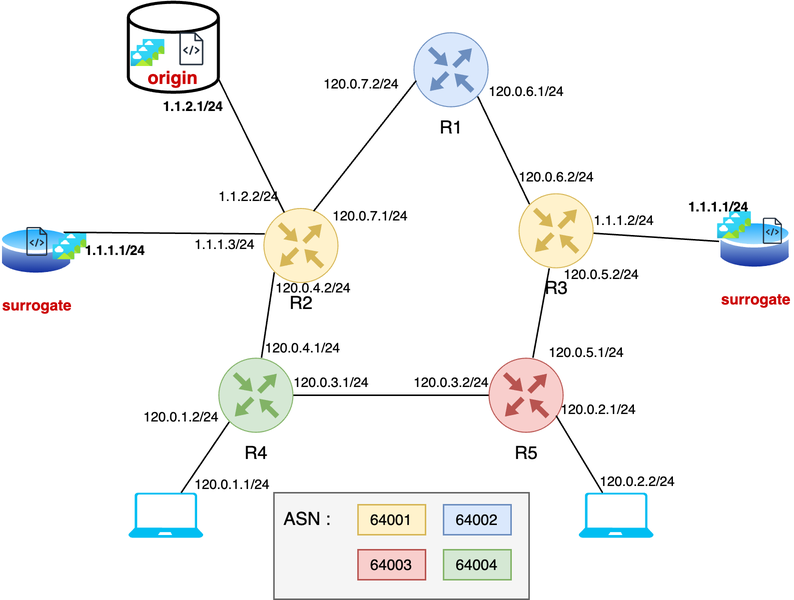
This is diagram.png from Kitio-Tek/CDN-Project, a draw.io export, as it was before one commit. Source tidied: cells renumbered, new cells last; positions are measured from the earlier drawing's top-left corner, leaving out a move shared by most shapes.
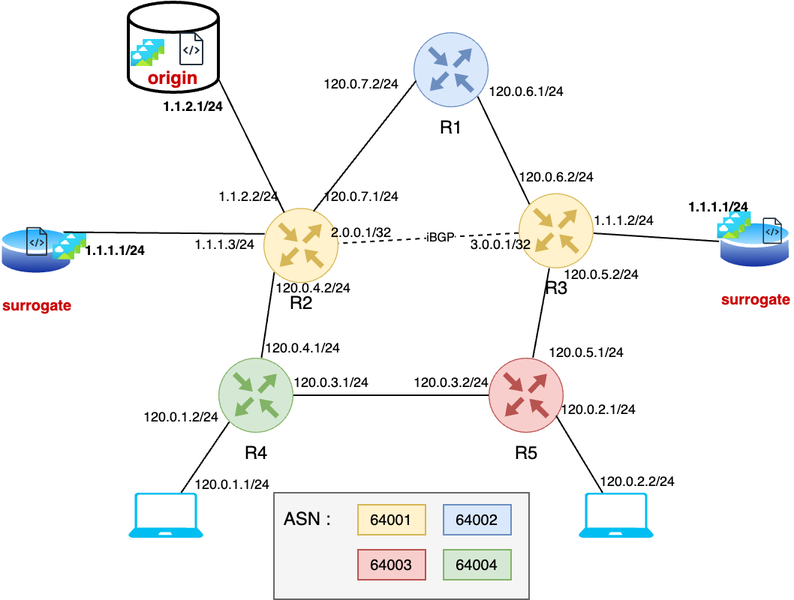
After the change.

Commit message:
Add iBGP in diagram

The edit, as a diff of the source:
```diff
@@ -95,6 +95,12 @@
     <mxCell id="32" style="rounded=0;jettySize=auto;html=1;endArrow=none;endFill=0;" parent="1" edge="1" source="33" target="4">
       <mxGeometry relative="1" as="geometry" />
     </mxCell>
+    <mxCell id="60" style="rounded=0;jettySize=auto;html=1;endArrow=none;endFill=0;dashed=1;" parent="1" edge="1" source="33" target="37">
+      <mxGeometry relative="1" as="geometry" />
+    </mxCell>
+    <mxCell id="61" value="&lt;font style=&quot;font-size: 8px;&quot;&gt;iBGP&lt;/font&gt;" style="edgeLabel;html=1;align=center;verticalAlign=middle;" parent="60" vertex="1">
+      <mxGeometry x="-0.13" y="-1" relative="1" as="geometry" />
+    </mxCell>
     <mxCell id="33" value="R3" style="sketch=0;points=[[0.5,0,0],[1,0.5,0],[0.5,1,0],[0,0.5,0],[0.145,0.145,0],[0.8555,0.145,0],[0.855,0.8555,0],[0.145,0.855,0]];verticalLabelPosition=bottom;html=1;verticalAlign=top;align=center;shape=mxgraph.cisco19.rect;prIcon=router;fillColor=#fff2cc;strokeColor=#d6b656;horizontal=1;" parent="1" vertex="1">
       <mxGeometry x="346" y="127.4" width="50" height="50" as="geometry" />
     </mxCell>
@@ -150,7 +156,7 @@
       <mxGeometry x="206" y="45" width="70" height="20" as="geometry" />
     </mxCell>
     <mxCell id="51" value="&lt;font style=&quot;font-size: 9px;&quot;&gt;120.0.7.1/24&lt;/font&gt;" style="text;html=1;align=center;verticalAlign=middle;strokeColor=none;fillColor=none;fontSize=9;" parent="1" vertex="1">
-      <mxGeometry x="212" y="133.2" width="70" height="20" as="geometry" />
+      <mxGeometry x="206" y="119.8" width="70" height="20" as="geometry" />
     </mxCell>
     <mxCell id="52" value="&lt;font style=&quot;font-size: 9px;&quot;&gt;1.1.2.1/24&lt;/font&gt;" style="text;html=1;align=center;verticalAlign=middle;strokeColor=none;fillColor=none;fontSize=9;fontStyle=1;" parent="1" vertex="1">
       <mxGeometry x="99" y="60" width="60" height="20" as="geometry" />
@@ -176,5 +182,11 @@
     <mxCell id="59" value="ASN :" style="text;html=1;align=center;verticalAlign=middle;strokeColor=none;fillColor=none;" parent="1" vertex="1">
       <mxGeometry x="180" y="330" width="50" height="30" as="geometry" />
     </mxCell>
+    <mxCell id="62" value="&lt;font style=&quot;font-size: 9px;&quot;&gt;2.0.0.1/32&lt;/font&gt;" style="text;html=1;align=center;verticalAlign=middle;strokeColor=none;fillColor=none;fontSize=9;" parent="1" vertex="1">
+      <mxGeometry x="211" y="143.8" width="60" height="20" as="geometry" />
+    </mxCell>
+    <mxCell id="63" value="&lt;font style=&quot;font-size: 9px;&quot;&gt;3.0.0.1/32&lt;/font&gt;" style="text;html=1;align=center;verticalAlign=middle;strokeColor=none;fillColor=none;fontSize=9;" parent="1" vertex="1">
+      <mxGeometry x="304.1" y="152.3" width="60" height="20" as="geometry" />
+    </mxCell>
   </root>
 </mxGraphModel>
```
